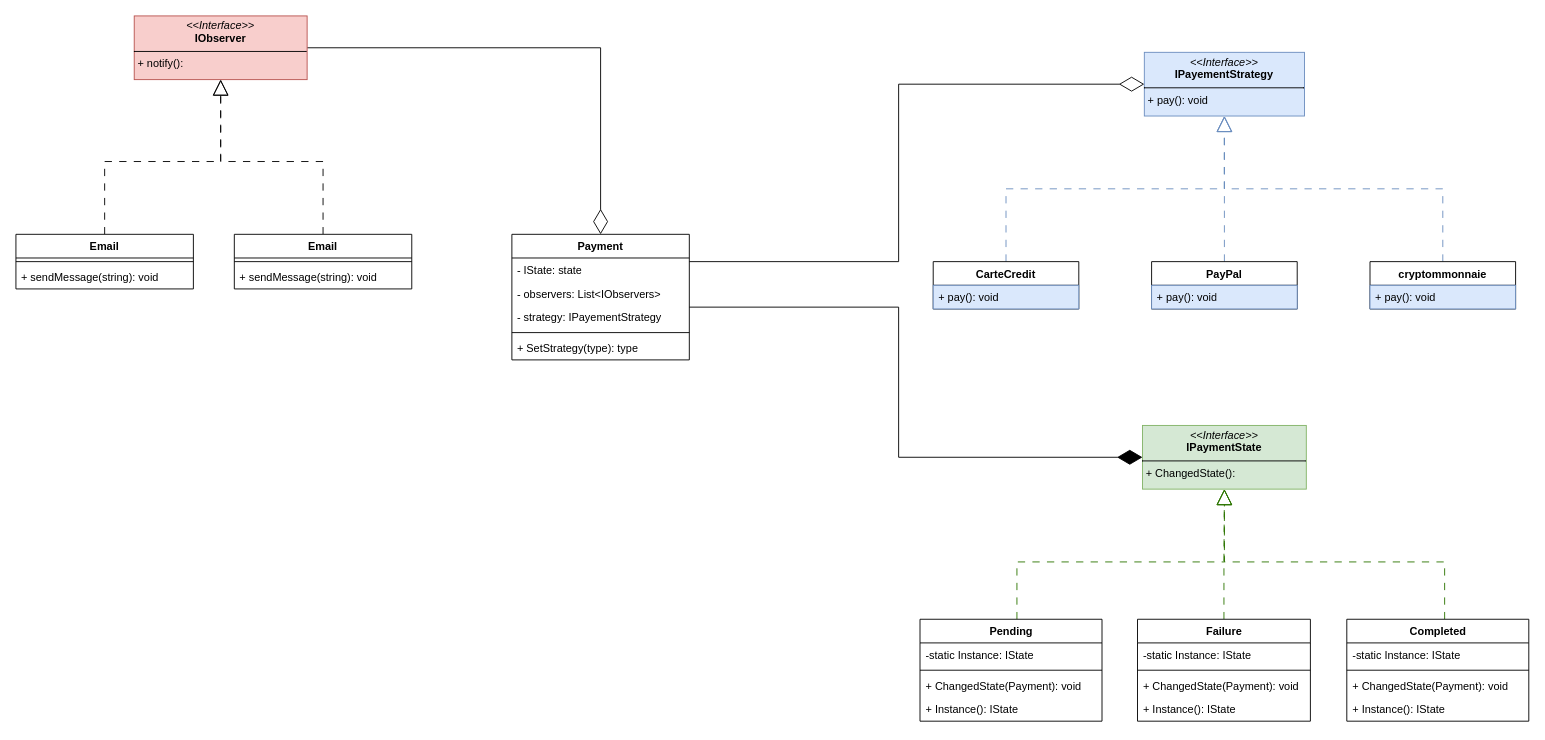
MAUI-SI-IOS/SI_Devoir5 keeps this draw.io diagram as SI_Devoir5.drawio. Above is the earlier version. Source tidied: cells renumbered, new cells numbered last; positions are measured from the earlier drawing's top-left corner, leaving out a move shared by most shapes. Both pictures are drawn from the tidied source at 91%, with x=0, y=0 at pixel (15, 15).
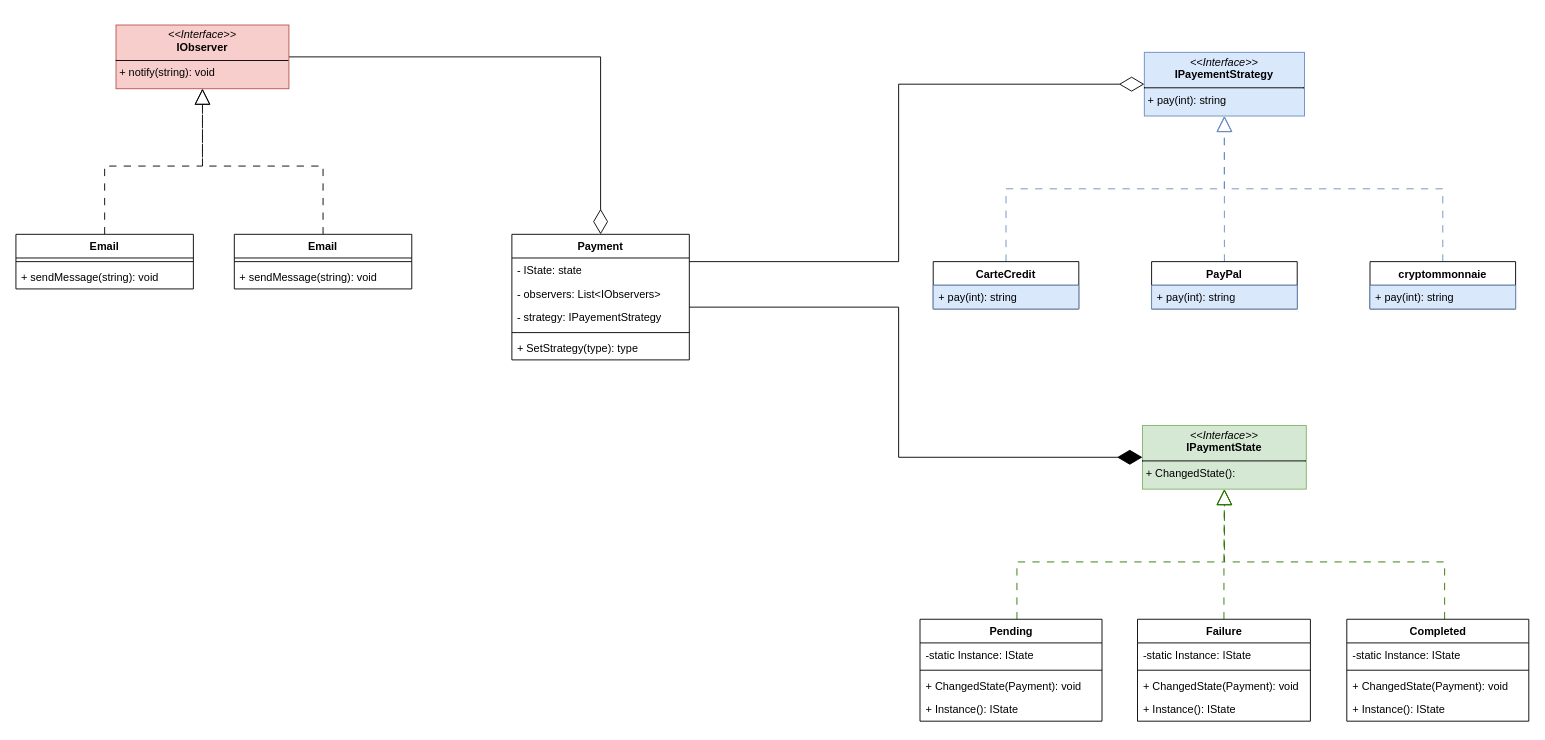
The same diagram, later.

Commit message:
change input of notify and pay + pay output

Unchanged cells that the change refers to:
```xml
<mxCell id="3" value="CarteCredit" style="swimlane;fontStyle=1;align=center;verticalAlign=top;horizontal=1;startSize=26;whiteSpace=wrap;html=1;" parent="1" vertex="1">
  <mxGeometry x="1008" y="270" width="160" height="52" as="geometry" />
</mxCell>
<mxCell id="6" value="PayPal" style="swimlane;fontStyle=1;align=center;verticalAlign=top;horizontal=1;startSize=26;whiteSpace=wrap;html=1;" parent="1" vertex="1">
  <mxGeometry x="1248" y="270" width="160" height="52" as="geometry" />
</mxCell>
<mxCell id="9" value="cryptommonnaie" style="swimlane;fontStyle=1;align=center;verticalAlign=top;horizontal=1;startSize=26;whiteSpace=wrap;html=1;" parent="1" vertex="1">
  <mxGeometry x="1488" y="270" width="160" height="52" as="geometry" />
</mxCell>
```

The edit, as a diff of the source:
```diff
@@
-    <mxCell id="4" value="+ pay(): void" style="text;strokeColor=#6c8ebf;fillColor=#dae8fc;align=left;verticalAlign=top;spacingLeft=4;spacingRight=4;overflow=hidden;whiteSpace=wrap;html=1;" parent="3" vertex="1">
+    <mxCell id="4" value="+ pay(int): string" style="text;strokeColor=#6c8ebf;fillColor=#dae8fc;align=left;verticalAlign=top;spacingLeft=4;spacingRight=4;overflow=hidden;whiteSpace=wrap;html=1;" parent="3" vertex="1">
       <mxGeometry y="26" width="160" height="26" as="geometry" />
     </mxCell>
@@
-    <mxCell id="7" value="+ pay(): void" style="text;strokeColor=#6c8ebf;fillColor=#dae8fc;align=left;verticalAlign=top;spacingLeft=4;spacingRight=4;overflow=hidden;whiteSpace=wrap;html=1;" parent="6" vertex="1">
+    <mxCell id="7" value="+ pay(int): string" style="text;strokeColor=#6c8ebf;fillColor=#dae8fc;align=left;verticalAlign=top;spacingLeft=4;spacingRight=4;overflow=hidden;whiteSpace=wrap;html=1;" parent="6" vertex="1">
       <mxGeometry y="26" width="160" height="26" as="geometry" />
     </mxCell>
@@
-    <mxCell id="10" value="+ pay(): void" style="text;strokeColor=#6c8ebf;fillColor=#dae8fc;align=left;verticalAlign=top;spacingLeft=4;spacingRight=4;overflow=hidden;whiteSpace=wrap;html=1;" parent="9" vertex="1">
+    <mxCell id="10" value="+ pay(int): string" style="text;strokeColor=#6c8ebf;fillColor=#dae8fc;align=left;verticalAlign=top;spacingLeft=4;spacingRight=4;overflow=hidden;whiteSpace=wrap;html=1;" parent="9" vertex="1">
       <mxGeometry y="26" width="160" height="26" as="geometry" />
     </mxCell>
@@
-    <mxCell id="12" value="&lt;p style=&quot;margin:0px;margin-top:4px;text-align:center;&quot;&gt;&lt;i&gt;&amp;lt;&amp;lt;Interface&amp;gt;&amp;gt;&lt;/i&gt;&lt;br&gt;&lt;b&gt;IPayementStrategy&lt;/b&gt;&lt;/p&gt;&lt;hr size=&quot;1&quot; style=&quot;border-style:solid;&quot;&gt;&lt;p style=&quot;margin:0px;margin-left:4px;&quot;&gt;+ pay(): void&lt;/p&gt;&lt;p style=&quot;margin:0px;margin-left:4px;&quot;&gt;&lt;br&gt;&lt;br&gt;&lt;/p&gt;" style="verticalAlign=top;align=left;overflow=fill;html=1;whiteSpace=wrap;fillColor=#dae8fc;strokeColor=#6c8ebf;" parent="1" vertex="1">
+    <mxCell id="12" value="&lt;p style=&quot;margin:0px;margin-top:4px;text-align:center;&quot;&gt;&lt;i&gt;&amp;lt;&amp;lt;Interface&amp;gt;&amp;gt;&lt;/i&gt;&lt;br&gt;&lt;b&gt;IPayementStrategy&lt;/b&gt;&lt;/p&gt;&lt;hr size=&quot;1&quot; style=&quot;border-style:solid;&quot;&gt;&lt;p style=&quot;margin:0px;margin-left:4px;&quot;&gt;+ pay(int): string&lt;/p&gt;&lt;p style=&quot;margin:0px;margin-left:4px;&quot;&gt;&lt;br&gt;&lt;/p&gt;" style="verticalAlign=top;align=left;overflow=fill;html=1;whiteSpace=wrap;fillColor=#dae8fc;strokeColor=#6c8ebf;" parent="1" vertex="1">
       <mxGeometry x="1240" y="40" width="176" height="70" as="geometry" />
     </mxCell>
@@
-    <mxCell id="32" value="&lt;p style=&quot;margin:0px;margin-top:4px;text-align:center;&quot;&gt;&lt;i&gt;&amp;lt;&amp;lt;Interface&amp;gt;&amp;gt;&lt;/i&gt;&lt;br&gt;&lt;b&gt;IObserver&lt;/b&gt;&lt;/p&gt;&lt;hr size=&quot;1&quot; style=&quot;border-style:solid;&quot;&gt;&lt;p style=&quot;margin:0px;margin-left:4px;&quot;&gt;+ notify():&amp;nbsp;&lt;/p&gt;&lt;p style=&quot;margin:0px;margin-left:4px;&quot;&gt;&lt;br&gt;&lt;/p&gt;" style="verticalAlign=top;align=left;overflow=fill;html=1;whiteSpace=wrap;fillColor=#f8cecc;strokeColor=#b85450;" parent="1" vertex="1">
-      <mxGeometry x="130" width="190" height="70" as="geometry" />
+    <mxCell id="32" value="&lt;p style=&quot;margin:0px;margin-top:4px;text-align:center;&quot;&gt;&lt;i&gt;&amp;lt;&amp;lt;Interface&amp;gt;&amp;gt;&lt;/i&gt;&lt;br&gt;&lt;b&gt;IObserver&lt;/b&gt;&lt;/p&gt;&lt;hr size=&quot;1&quot; style=&quot;border-style:solid;&quot;&gt;&lt;p style=&quot;margin:0px;margin-left:4px;&quot;&gt;+ notify(string): void&lt;/p&gt;" style="verticalAlign=top;align=left;overflow=fill;html=1;whiteSpace=wrap;fillColor=#f8cecc;strokeColor=#b85450;" parent="1" vertex="1">
+      <mxGeometry x="110" y="10" width="190" height="70" as="geometry" />
     </mxCell>
```
